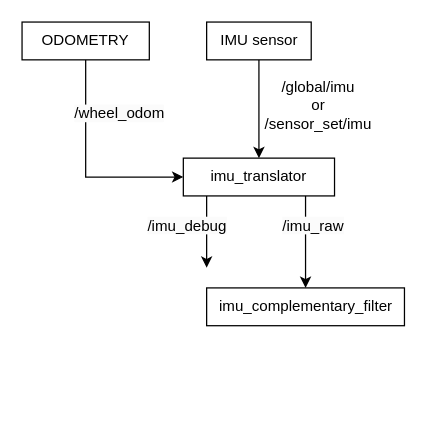
sdswoops824/myrepo keeps this draw.io diagram as imu_translator.drawio. Above is the earlier version. Source tidied: cells renumbered, new cells numbered last; positions are measured from the earlier drawing's top-left corner, leaving out a move shared by most shapes. Both pictures are drawn from the tidied source at 126%, with x=0, y=0 at pixel (21, 21).
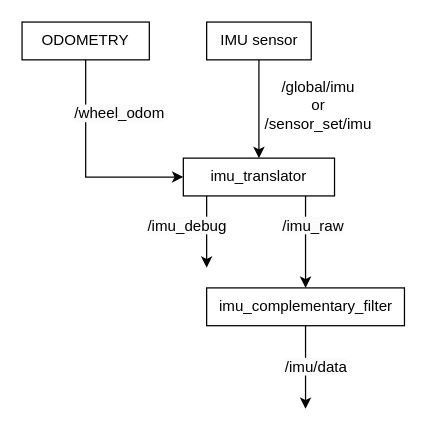
The same page after the edit.

Change to the diagram source:
```diff
@@
 <mxGraphModel>
   <root>
     <mxCell id="0" />
     <mxCell id="1" parent="0" />
     <mxCell id="2" style="edgeStyle=orthogonalEdgeStyle;rounded=0;jettySize=auto;html=1;exitX=0.5;exitY=1;exitDx=0;exitDy=0;entryX=0;entryY=0.5;entryDx=0;entryDy=0;" parent="1" edge="1" source="3" target="4">
       <mxGeometry relative="1" as="geometry" />
     </mxCell>
     <mxCell id="3" value="ODOMETRY" style="rounded=0;whiteSpace=wrap;html=1;" parent="1" vertex="1">
       <mxGeometry width="101" height="30" as="geometry" />
     </mxCell>
     <mxCell id="4" value="imu_translator" style="rounded=0;whiteSpace=wrap;html=1;" parent="1" vertex="1">
       <mxGeometry x="128" y="108" width="120" height="30" as="geometry" />
     </mxCell>
     <mxCell id="5" style="endArrow=classic;html=1;rounded=0;entryX=0.5;entryY=0;entryDx=0;entryDy=0;" parent="1" edge="1" source="6" target="4">
       <mxGeometry relative="1" as="geometry" />
     </mxCell>
     <mxCell id="6" value="IMU sensor" style="rounded=0;whiteSpace=wrap;html=1;" parent="1" vertex="1">
       <mxGeometry x="146.5" width="83" height="30" as="geometry" />
     </mxCell>
     <mxCell id="7" value="&lt;span style=&quot;color: rgb(0, 0, 0); font-family: Helvetica; font-size: 12px; font-style: normal; font-variant-ligatures: normal; font-variant-caps: normal; font-weight: 400; letter-spacing: normal; orphans: 2; text-align: center; text-indent: 0px; text-transform: none; widows: 2; word-spacing: 0px; -webkit-text-stroke-width: 0px; white-space: nowrap; background-color: rgb(251, 251, 251); text-decoration-thickness: initial; text-decoration-style: initial; text-decoration-color: initial; display: inline !important; float: none;&quot;&gt;/wheel_odom&lt;/span&gt;" style="text;whiteSpace=wrap;html=1;" parent="1" vertex="1">
       <mxGeometry x="40" y="59" width="113" height="36" as="geometry" />
     </mxCell>
     <mxCell id="8" style="endArrow=classic;html=1;rounded=0;exitX=0.5;exitY=1;exitDx=0;exitDy=0;" parent="1" edge="1">
       <mxGeometry relative="1" as="geometry">
         <mxPoint x="146.5" y="138" as="sourcePoint" />
         <mxPoint x="146.5" y="195" as="targetPoint" />
       </mxGeometry>
     </mxCell>
     <mxCell id="9" value="&lt;span style=&quot;color: rgb(0, 0, 0); font-family: Helvetica; font-size: 12px; font-style: normal; font-variant-ligatures: normal; font-variant-caps: normal; font-weight: 400; letter-spacing: normal; orphans: 2; text-align: center; text-indent: 0px; text-transform: none; widows: 2; word-spacing: 0px; -webkit-text-stroke-width: 0px; white-space: nowrap; background-color: rgb(251, 251, 251); text-decoration-thickness: initial; text-decoration-style: initial; text-decoration-color: initial; display: inline !important; float: none;&quot;&gt;/imu_debug&lt;/span&gt;" style="text;whiteSpace=wrap;html=1;" parent="1" vertex="1">
       <mxGeometry x="98" y="148" width="113" height="36" as="geometry" />
     </mxCell>
     <mxCell id="10" style="endArrow=classic;html=1;rounded=0;exitX=0.5;exitY=1;exitDx=0;exitDy=0;entryX=0.5;entryY=0;entryDx=0;entryDy=0;" parent="1" edge="1" target="12">
       <mxGeometry relative="1" as="geometry">
         <mxPoint x="225" y="138" as="sourcePoint" />
       </mxGeometry>
     </mxCell>
     <mxCell id="11" value="&lt;span style=&quot;color: rgb(0, 0, 0); font-family: Helvetica; font-size: 12px; font-style: normal; font-variant-ligatures: normal; font-variant-caps: normal; font-weight: 400; letter-spacing: normal; orphans: 2; text-align: center; text-indent: 0px; text-transform: none; widows: 2; word-spacing: 0px; -webkit-text-stroke-width: 0px; white-space: nowrap; background-color: rgb(251, 251, 251); text-decoration-thickness: initial; text-decoration-style: initial; text-decoration-color: initial; display: inline !important; float: none;&quot;&gt;/imu_raw&lt;/span&gt;" style="text;whiteSpace=wrap;html=1;" parent="1" vertex="1">
       <mxGeometry x="205" y="148" width="113" height="36" as="geometry" />
     </mxCell>
     <mxCell id="12" value="imu_complementary_filter" style="rounded=0;whiteSpace=wrap;html=1;" parent="1" vertex="1">
       <mxGeometry x="146.5" y="211" width="157" height="30" as="geometry" />
     </mxCell>
     <mxCell id="13" value="&lt;div style=&quot;text-align: center; text-wrap: nowrap;&quot;&gt;&lt;span style=&quot;background-color: initial;&quot;&gt;/global/imu&lt;/span&gt;&lt;br&gt;&lt;/div&gt;&lt;div style=&quot;text-align: center; text-wrap: nowrap;&quot;&gt;&lt;span style=&quot;background-color: initial;&quot;&gt;or&lt;/span&gt;&lt;/div&gt;&lt;div style=&quot;text-align: center; text-wrap: nowrap;&quot;&gt;/sensor_set/imu&lt;/div&gt;" style="text;whiteSpace=wrap;html=1;" parent="1" vertex="1">
       <mxGeometry x="190.5" y="38" width="113" height="57" as="geometry" />
     </mxCell>
+    <mxCell id="14" style="endArrow=classic;html=1;rounded=0;exitX=0.5;exitY=1;exitDx=0;exitDy=0;" parent="1" edge="1" source="12">
+      <mxGeometry relative="1" as="geometry">
+        <mxPoint x="225" y="307" as="targetPoint" />
+      </mxGeometry>
+    </mxCell>
+    <mxCell id="15" value="&lt;span style=&quot;color: rgb(0, 0, 0); font-family: Helvetica; font-size: 12px; font-style: normal; font-variant-ligatures: normal; font-variant-caps: normal; font-weight: 400; letter-spacing: normal; orphans: 2; text-align: center; text-indent: 0px; text-transform: none; widows: 2; word-spacing: 0px; -webkit-text-stroke-width: 0px; white-space: nowrap; background-color: rgb(251, 251, 251); text-decoration-thickness: initial; text-decoration-style: initial; text-decoration-color: initial; display: inline !important; float: none;&quot;&gt;/imu/data&lt;/span&gt;" style="text;whiteSpace=wrap;html=1;" parent="1" vertex="1">
+      <mxGeometry x="207" y="260" width="113" height="36" as="geometry" />
+    </mxCell>
   </root>
 </mxGraphModel>
```
